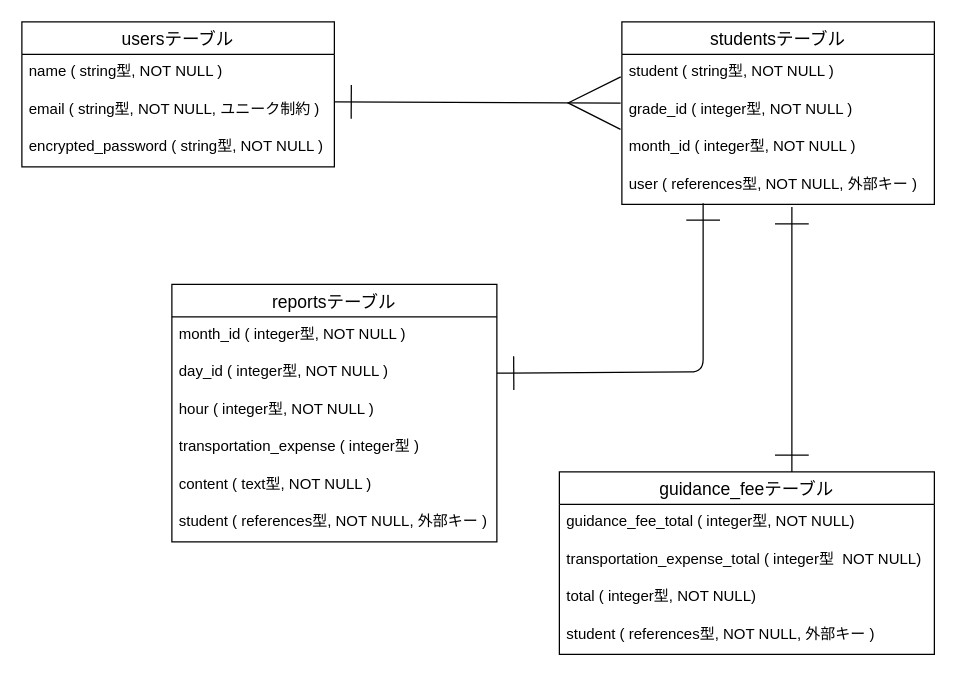
Above: ER.dio in shero37/study-report (draw.io), before the change. Source tidied: cells renumbered, new cells numbered last; positions are measured from the earlier drawing's top-left corner, leaving out a move shared by most shapes. Both pictures are drawn from the tidied source at 125%, with x=0, y=0 at pixel (21, 21).
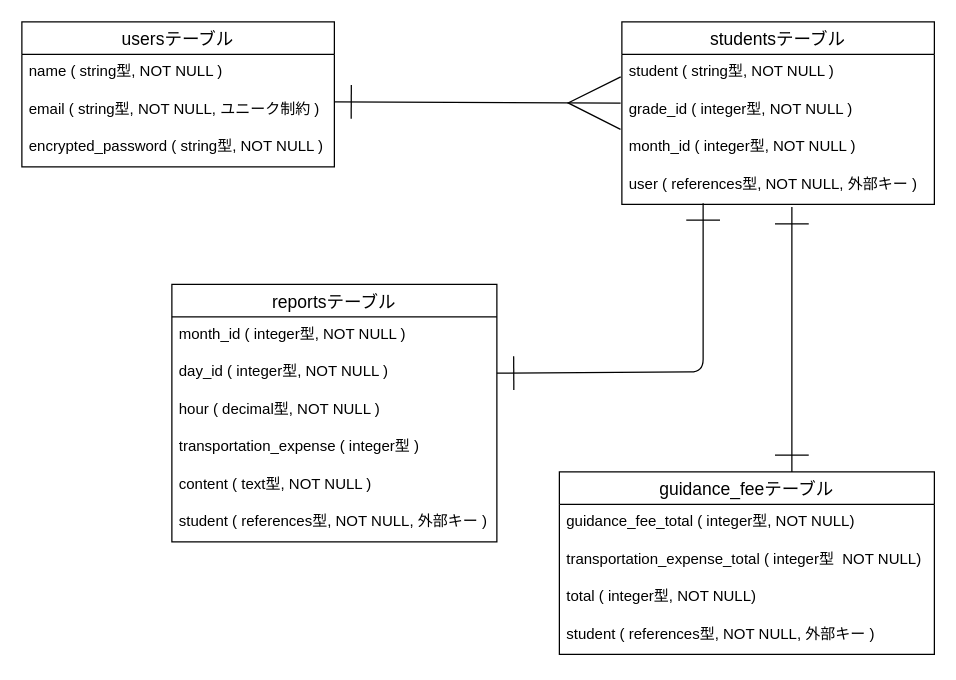
Above is the later version.

Unchanged cells that the change refers to:
```xml
<mxCell id="12" value="reportsテーブル" style="swimlane;fontStyle=0;horizontal=1;startSize=26;align=center;fontSize=14;" parent="1" vertex="1">
  <mxGeometry x="120" y="210" width="260" height="206" as="geometry" />
</mxCell>
```

What changed in the source:
```diff
@@
-    <mxCell id="15" value="hour ( integer型, NOT NULL )" style="text;strokeColor=none;fillColor=none;spacingLeft=4;spacingRight=4;overflow=hidden;fontSize=12;" parent="12" vertex="1">
+    <mxCell id="15" value="hour ( decimal型, NOT NULL )" style="text;strokeColor=none;fillColor=none;spacingLeft=4;spacingRight=4;overflow=hidden;fontSize=12;" parent="12" vertex="1">
       <mxGeometry y="86" width="260" height="30" as="geometry" />
     </mxCell>
```
